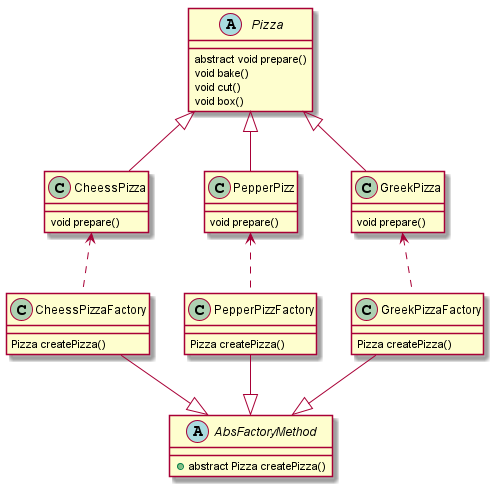
Before: docs/设计模式/工厂模式/img/工厂方法模式.png, a diagram exported from PlantUML (en-hui/en-hui). Source of this version:
```plantuml
@startuml

abstract class Pizza{
    abstract void prepare()
    void bake()
    void cut()
    void box()
}
class CheessPizza{
    void prepare()
}
class PepperPizz{
    void prepare()
}
class GreekPizza{
    void prepare()
}
class CheessPizzaFactory{
    Pizza createPizza()
}
class PepperPizzFactory{
    Pizza createPizza()
}
class GreekPizzaFactory{
    Pizza createPizza()
}
abstract class AbsFactoryMethod{
   + abstract Pizza createPizza()
}
Pizza <|-- CheessPizza
Pizza <|-- PepperPizz
Pizza <|-- GreekPizza

CheessPizza <.. CheessPizzaFactory
PepperPizz <.. PepperPizzFactory
GreekPizza <.. GreekPizzaFactory

CheessPizzaFactory --|> AbsFactoryMethod
PepperPizzFactory --|> AbsFactoryMethod
GreekPizzaFactory --|> AbsFactoryMethod

@enduml
```
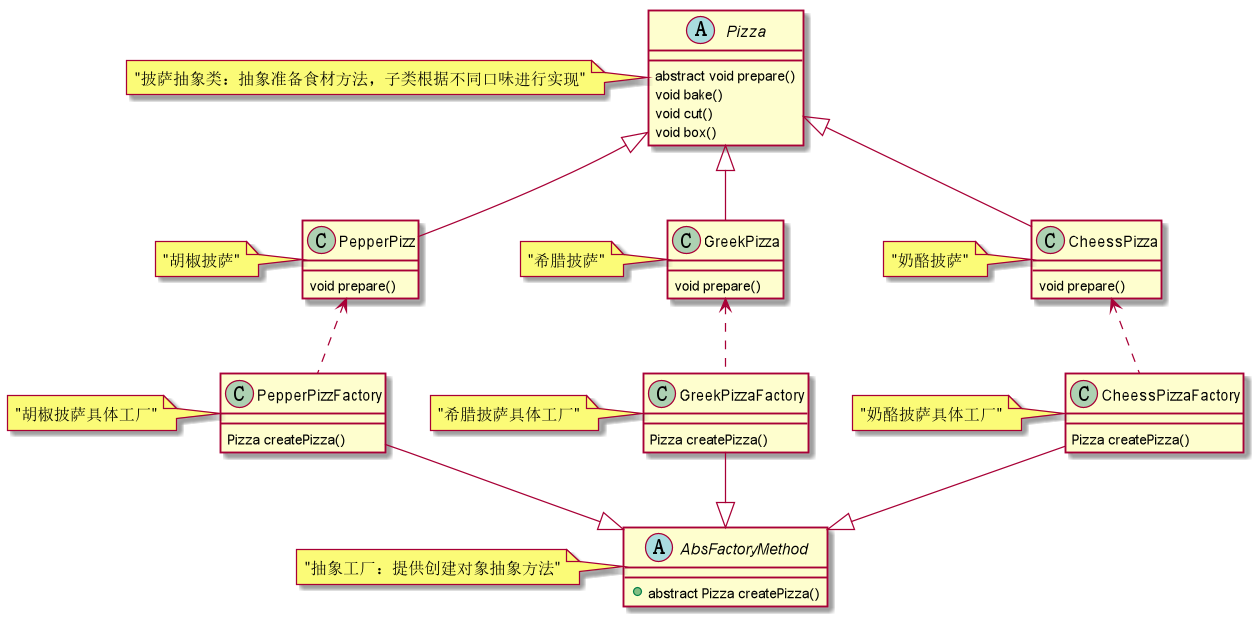
The same diagram one commit later.

Change to the diagram source:
```diff
@@ -38,5 +38,12 @@
 CheessPizzaFactory --|> AbsFactoryMethod
 PepperPizzFactory --|> AbsFactoryMethod
 GreekPizzaFactory --|> AbsFactoryMethod
-
+note left of Pizza : "披萨抽象类：抽象准备食材方法，子类根据不同口味进行实现"
+note left of CheessPizza : "奶酪披萨"
+note left of GreekPizza : "希腊披萨"
+note left of PepperPizz : "胡椒披萨"
+note left of AbsFactoryMethod : "抽象工厂：提供创建对象抽象方法"
+note left of CheessPizzaFactory : "奶酪披萨具体工厂"
+note left of PepperPizzFactory : "胡椒披萨具体工厂"
+note left of GreekPizzaFactory : "希腊披萨具体工厂"
 @enduml
```
